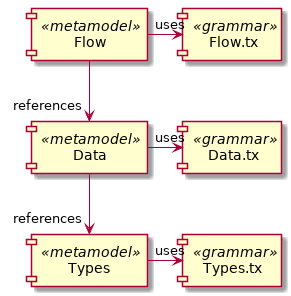
Earlier version of the PlantUML export examples/images/types_data_flow2.png (textX/textX-LS). Source of this version:
```plantuml
@startuml
component Types.tx <<grammar>> as TypesG
component Data.tx <<grammar>> as DataG
component Flow.tx <<grammar>> as FlowG

component Types <<metamodel>> as Types
component Data <<metamodel>> as Data
component Flow <<metamodel>> as Flow

Data --> "references" Types
Flow --> "references" Data

Types -> "uses" TypesG
Data -> "uses" DataG
Flow -> "uses" FlowG
@enduml
```
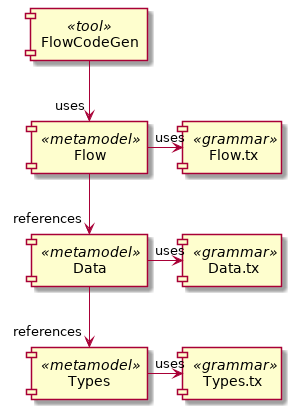
After the change.

What changed in the source:
```diff
@@ -6,6 +6,7 @@
 component Types <<metamodel>> as Types
 component Data <<metamodel>> as Data
 component Flow <<metamodel>> as Flow
+component FlowCodeGen <<tool>> as FlowCodeGen
 
 Data --> "references" Types
 Flow --> "references" Data
@@ -13,4 +14,6 @@
 Types -> "uses" TypesG
 Data -> "uses" DataG
 Flow -> "uses" FlowG
+FlowCodeGen --> "uses" Flow
+
 @enduml
```
